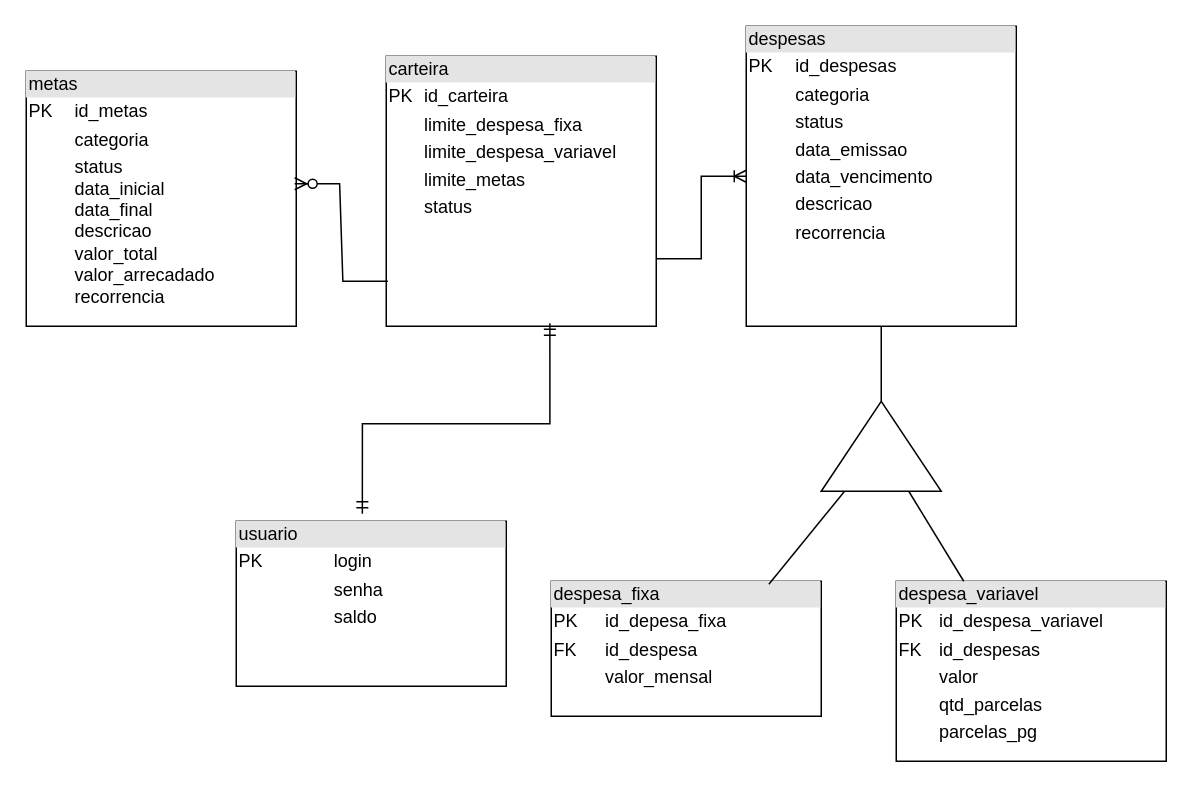
Above: Diagrama entidade e relacionamento.drawio in josevictoraraujorojas/Controle-Financeiro (draw.io), before the change. Source tidied: cells renumbered, new cells numbered last; positions are measured from the earlier drawing's top-left corner, leaving out a move shared by most shapes. Both pictures are drawn from the tidied source at 150%, with x=0, y=0 at pixel (26, 26).
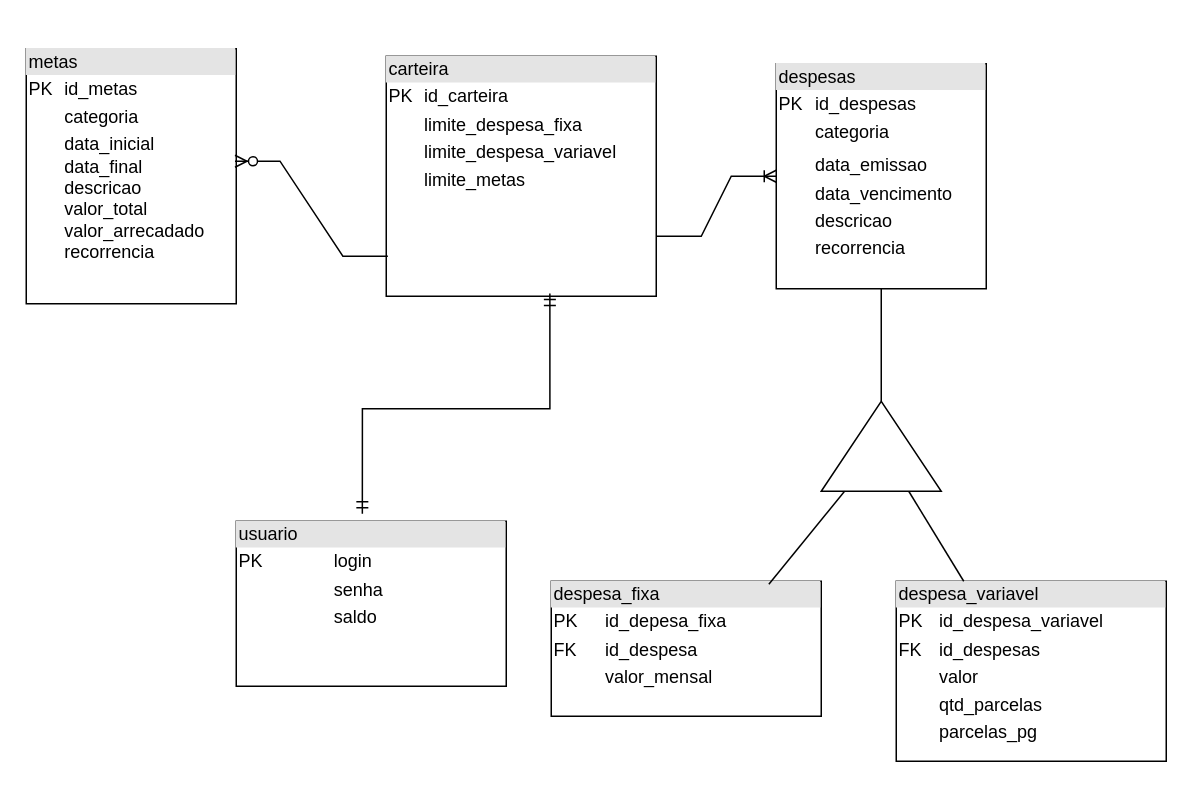
Above is the later version.

Change to the diagram source:
```diff
@@
 <mxGraphModel>
   <root>
     <mxCell id="0" />
     <mxCell id="1" parent="0" />
     <mxCell id="2" value="&lt;div style=&quot;box-sizing:border-box;width:100%;background:#e4e4e4;padding:2px;&quot;&gt;usuario&lt;/div&gt;&lt;table style=&quot;width:100%;font-size:1em;&quot; cellpadding=&quot;2&quot; cellspacing=&quot;0&quot;&gt;&lt;tbody&gt;&lt;tr&gt;&lt;td&gt;PK&lt;/td&gt;&lt;td&gt;login&lt;/td&gt;&lt;/tr&gt;&lt;tr&gt;&lt;td&gt;&lt;br&gt;&lt;/td&gt;&lt;td&gt;senha&lt;/td&gt;&lt;/tr&gt;&lt;tr&gt;&lt;td&gt;&lt;br&gt;&lt;/td&gt;&lt;td&gt;saldo&lt;/td&gt;&lt;/tr&gt;&lt;tr&gt;&lt;td&gt;&lt;br&gt;&lt;/td&gt;&lt;td&gt;&lt;br&gt;&lt;/td&gt;&lt;/tr&gt;&lt;/tbody&gt;&lt;/table&gt;" style="verticalAlign=top;align=left;overflow=fill;html=1;whiteSpace=wrap;" parent="1" vertex="1">
       <mxGeometry x="140" y="330" width="180" height="110" as="geometry" />
     </mxCell>
-    <mxCell id="3" value="&lt;div style=&quot;box-sizing:border-box;width:100%;background:#e4e4e4;padding:2px;&quot;&gt;carteira&lt;/div&gt;&lt;table style=&quot;width:100%;font-size:1em;&quot; cellpadding=&quot;2&quot; cellspacing=&quot;0&quot;&gt;&lt;tbody&gt;&lt;tr&gt;&lt;td&gt;PK&lt;/td&gt;&lt;td&gt;id_carteira&lt;/td&gt;&lt;/tr&gt;&lt;tr&gt;&lt;td&gt;&lt;br&gt;&lt;/td&gt;&lt;td&gt;limite_despesa_fixa&lt;/td&gt;&lt;/tr&gt;&lt;tr&gt;&lt;td&gt;&lt;/td&gt;&lt;td&gt;limite_despesa_variavel&lt;/td&gt;&lt;/tr&gt;&lt;tr&gt;&lt;td&gt;&lt;br&gt;&lt;/td&gt;&lt;td&gt;limite_metas&lt;/td&gt;&lt;/tr&gt;&lt;tr&gt;&lt;td&gt;&lt;br&gt;&lt;/td&gt;&lt;td&gt;status&lt;/td&gt;&lt;/tr&gt;&lt;tr&gt;&lt;td&gt;&lt;/td&gt;&lt;td&gt;&lt;br&gt;&lt;/td&gt;&lt;/tr&gt;&lt;tr&gt;&lt;td&gt;&lt;/td&gt;&lt;td&gt;&lt;br&gt;&lt;/td&gt;&lt;/tr&gt;&lt;/tbody&gt;&lt;/table&gt;" style="verticalAlign=top;align=left;overflow=fill;html=1;whiteSpace=wrap;" parent="1" vertex="1">
-      <mxGeometry x="240" y="20" width="180" height="180" as="geometry" />
+    <mxCell id="3" value="&lt;div style=&quot;box-sizing:border-box;width:100%;background:#e4e4e4;padding:2px;&quot;&gt;carteira&lt;/div&gt;&lt;table style=&quot;width:100%;font-size:1em;&quot; cellpadding=&quot;2&quot; cellspacing=&quot;0&quot;&gt;&lt;tbody&gt;&lt;tr&gt;&lt;td&gt;PK&lt;/td&gt;&lt;td&gt;id_carteira&lt;/td&gt;&lt;/tr&gt;&lt;tr&gt;&lt;td&gt;&lt;br&gt;&lt;/td&gt;&lt;td&gt;limite_despesa_fixa&lt;/td&gt;&lt;/tr&gt;&lt;tr&gt;&lt;td&gt;&lt;/td&gt;&lt;td&gt;limite_despesa_variavel&lt;/td&gt;&lt;/tr&gt;&lt;tr&gt;&lt;td&gt;&lt;br&gt;&lt;/td&gt;&lt;td&gt;limite_metas&lt;/td&gt;&lt;/tr&gt;&lt;tr&gt;&lt;td&gt;&lt;br&gt;&lt;/td&gt;&lt;td&gt;&lt;br&gt;&lt;/td&gt;&lt;/tr&gt;&lt;tr&gt;&lt;td&gt;&lt;/td&gt;&lt;td&gt;&lt;br&gt;&lt;/td&gt;&lt;/tr&gt;&lt;tr&gt;&lt;td&gt;&lt;/td&gt;&lt;td&gt;&lt;br&gt;&lt;/td&gt;&lt;/tr&gt;&lt;/tbody&gt;&lt;/table&gt;" style="verticalAlign=top;align=left;overflow=fill;html=1;whiteSpace=wrap;" parent="1" vertex="1">
+      <mxGeometry x="240" y="20" width="180" height="160" as="geometry" />
     </mxCell>
-    <mxCell id="4" value="&lt;div style=&quot;box-sizing:border-box;width:100%;background:#e4e4e4;padding:2px;&quot;&gt;despesas&lt;/div&gt;&lt;table style=&quot;width:100%;font-size:1em;&quot; cellpadding=&quot;2&quot; cellspacing=&quot;0&quot;&gt;&lt;tbody&gt;&lt;tr&gt;&lt;td&gt;PK&lt;/td&gt;&lt;td&gt;id_despesas&lt;/td&gt;&lt;/tr&gt;&lt;tr&gt;&lt;td&gt;&lt;br&gt;&lt;/td&gt;&lt;td&gt;categoria&lt;/td&gt;&lt;/tr&gt;&lt;tr&gt;&lt;td&gt;&lt;/td&gt;&lt;td&gt;status&lt;/td&gt;&lt;/tr&gt;&lt;tr&gt;&lt;td&gt;&lt;br&gt;&lt;/td&gt;&lt;td&gt;data_emissao&lt;/td&gt;&lt;/tr&gt;&lt;tr&gt;&lt;td&gt;&lt;br&gt;&lt;/td&gt;&lt;td&gt;data_vencimento&lt;/td&gt;&lt;/tr&gt;&lt;tr&gt;&lt;td&gt;&lt;br&gt;&lt;/td&gt;&lt;td&gt;descricao&lt;/td&gt;&lt;/tr&gt;&lt;tr&gt;&lt;td&gt;&lt;br&gt;&lt;/td&gt;&lt;td&gt;recorrencia&lt;/td&gt;&lt;/tr&gt;&lt;/tbody&gt;&lt;/table&gt;" style="verticalAlign=top;align=left;overflow=fill;html=1;whiteSpace=wrap;" parent="1" vertex="1">
-      <mxGeometry x="480" width="180" height="200" as="geometry" />
+    <mxCell id="4" value="&lt;div style=&quot;box-sizing:border-box;width:100%;background:#e4e4e4;padding:2px;&quot;&gt;despesas&lt;/div&gt;&lt;table style=&quot;width:100%;font-size:1em;&quot; cellpadding=&quot;2&quot; cellspacing=&quot;0&quot;&gt;&lt;tbody&gt;&lt;tr&gt;&lt;td&gt;PK&lt;/td&gt;&lt;td&gt;id_despesas&lt;/td&gt;&lt;/tr&gt;&lt;tr&gt;&lt;td&gt;&lt;br&gt;&lt;/td&gt;&lt;td&gt;categoria&lt;/td&gt;&lt;/tr&gt;&lt;tr&gt;&lt;td&gt;&lt;/td&gt;&lt;td&gt;&lt;/td&gt;&lt;/tr&gt;&lt;tr&gt;&lt;td&gt;&lt;/td&gt;&lt;td&gt;data_emissao&lt;/td&gt;&lt;/tr&gt;&lt;tr&gt;&lt;td&gt;&lt;br&gt;&lt;/td&gt;&lt;td&gt;data_vencimento&lt;/td&gt;&lt;/tr&gt;&lt;tr&gt;&lt;td&gt;&lt;br&gt;&lt;/td&gt;&lt;td&gt;descricao&lt;/td&gt;&lt;/tr&gt;&lt;tr&gt;&lt;td&gt;&lt;br&gt;&lt;/td&gt;&lt;td&gt;recorrencia&lt;/td&gt;&lt;/tr&gt;&lt;/tbody&gt;&lt;/table&gt;" style="verticalAlign=top;align=left;overflow=fill;html=1;whiteSpace=wrap;" parent="1" vertex="1">
+      <mxGeometry x="500" y="25" width="140" height="150" as="geometry" />
     </mxCell>
     <mxCell id="5" value="&lt;div style=&quot;box-sizing:border-box;width:100%;background:#e4e4e4;padding:2px;&quot;&gt;despesa_fixa&lt;/div&gt;&lt;table style=&quot;width:100%;font-size:1em;&quot; cellpadding=&quot;2&quot; cellspacing=&quot;0&quot;&gt;&lt;tbody&gt;&lt;tr&gt;&lt;td&gt;PK&lt;/td&gt;&lt;td&gt;id_depesa_fixa&lt;br&gt;&lt;/td&gt;&lt;/tr&gt;&lt;tr&gt;&lt;td&gt;FK&lt;/td&gt;&lt;td&gt;id_despesa&lt;/td&gt;&lt;/tr&gt;&lt;tr&gt;&lt;td&gt;&lt;br&gt;&lt;/td&gt;&lt;td&gt;valor_mensal&lt;/td&gt;&lt;/tr&gt;&lt;/tbody&gt;&lt;/table&gt;" style="verticalAlign=top;align=left;overflow=fill;html=1;whiteSpace=wrap;" parent="1" vertex="1">
       <mxGeometry x="350" y="370" width="180" height="90" as="geometry" />
     </mxCell>
     <mxCell id="6" value="&lt;div style=&quot;box-sizing:border-box;width:100%;background:#e4e4e4;padding:2px;&quot;&gt;despesa_variavel&lt;/div&gt;&lt;table style=&quot;width:100%;font-size:1em;&quot; cellpadding=&quot;2&quot; cellspacing=&quot;0&quot;&gt;&lt;tbody&gt;&lt;tr&gt;&lt;td&gt;PK&lt;/td&gt;&lt;td&gt;id_despesa_variavel&lt;/td&gt;&lt;/tr&gt;&lt;tr&gt;&lt;td&gt;FK&lt;/td&gt;&lt;td&gt;id_despesas&lt;/td&gt;&lt;/tr&gt;&lt;tr&gt;&lt;td&gt;&lt;br&gt;&lt;/td&gt;&lt;td&gt;valor&lt;/td&gt;&lt;/tr&gt;&lt;tr&gt;&lt;td&gt;&lt;/td&gt;&lt;td&gt;qtd_parcelas&lt;br&gt;&lt;/td&gt;&lt;/tr&gt;&lt;tr&gt;&lt;td&gt;&lt;br&gt;&lt;/td&gt;&lt;td&gt;parcelas_pg&lt;/td&gt;&lt;/tr&gt;&lt;tr&gt;&lt;td&gt;&lt;br&gt;&lt;/td&gt;&lt;td&gt;&lt;br&gt;&lt;/td&gt;&lt;/tr&gt;&lt;/tbody&gt;&lt;/table&gt;" style="verticalAlign=top;align=left;overflow=fill;html=1;whiteSpace=wrap;" parent="1" vertex="1">
       <mxGeometry x="580" y="370" width="180" height="120" as="geometry" />
     </mxCell>
-    <mxCell id="7" value="&lt;div style=&quot;box-sizing:border-box;width:100%;background:#e4e4e4;padding:2px;&quot;&gt;metas&lt;/div&gt;&lt;table style=&quot;width:100%;font-size:1em;&quot; cellpadding=&quot;2&quot; cellspacing=&quot;0&quot;&gt;&lt;tbody&gt;&lt;tr&gt;&lt;td&gt;PK&lt;/td&gt;&lt;td&gt;id_metas&lt;/td&gt;&lt;/tr&gt;&lt;tr&gt;&lt;td&gt;&lt;br&gt;&lt;/td&gt;&lt;td&gt;categoria&lt;/td&gt;&lt;/tr&gt;&lt;tr&gt;&lt;td&gt;&lt;/td&gt;&lt;td&gt;status&lt;br&gt;data_inicial&lt;br&gt;data_final&lt;br&gt;descricao&lt;br&gt;valor_total&lt;br&gt;valor_arrecadado&lt;br&gt;recorrencia&lt;/td&gt;&lt;/tr&gt;&lt;/tbody&gt;&lt;/table&gt;" style="verticalAlign=top;align=left;overflow=fill;html=1;whiteSpace=wrap;direction=east;" parent="1" vertex="1">
-      <mxGeometry y="30" width="180" height="170" as="geometry" />
+    <mxCell id="7" value="&lt;div style=&quot;box-sizing:border-box;width:100%;background:#e4e4e4;padding:2px;&quot;&gt;metas&lt;/div&gt;&lt;table style=&quot;width:100%;font-size:1em;&quot; cellpadding=&quot;2&quot; cellspacing=&quot;0&quot;&gt;&lt;tbody&gt;&lt;tr&gt;&lt;td&gt;PK&lt;/td&gt;&lt;td&gt;id_metas&lt;/td&gt;&lt;/tr&gt;&lt;tr&gt;&lt;td&gt;&lt;br&gt;&lt;/td&gt;&lt;td&gt;categoria&lt;/td&gt;&lt;/tr&gt;&lt;tr&gt;&lt;td&gt;&lt;/td&gt;&lt;td&gt;data_inicial&lt;br&gt;data_final&lt;br&gt;descricao&lt;br&gt;valor_total&lt;br&gt;valor_arrecadado&lt;br&gt;recorrencia&lt;/td&gt;&lt;/tr&gt;&lt;/tbody&gt;&lt;/table&gt;" style="verticalAlign=top;align=left;overflow=fill;html=1;whiteSpace=wrap;direction=east;" parent="1" vertex="1">
+      <mxGeometry y="15" width="140" height="170" as="geometry" />
     </mxCell>
     <mxCell id="8" style="edgeStyle=entityRelationEdgeStyle;fontSize=12;html=1;endArrow=ERzeroToMany;endFill=1;rounded=0;fontFamily=Helvetica;fontColor=default;entryX=0.994;entryY=0.441;entryDx=0;entryDy=0;entryPerimeter=0;exitX=0.006;exitY=0.833;exitDx=0;exitDy=0;exitPerimeter=0;" parent="1" edge="1" source="3" target="7">
       <mxGeometry relative="1" as="geometry" />
     </mxCell>
     <mxCell id="9" style="edgeStyle=orthogonalEdgeStyle;fontSize=12;html=1;endArrow=ERmandOne;startArrow=ERmandOne;rounded=0;fontFamily=Helvetica;fontColor=default;exitX=0.467;exitY=-0.045;exitDx=0;exitDy=0;entryX=0.606;entryY=0.989;entryDx=0;entryDy=0;entryPerimeter=0;exitPerimeter=0;" parent="1" edge="1" source="2" target="3">
       <mxGeometry relative="1" as="geometry" />
     </mxCell>
     <mxCell id="10" style="edgeStyle=entityRelationEdgeStyle;fontSize=12;html=1;endArrow=ERoneToMany;rounded=0;fontFamily=Helvetica;fontColor=default;entryX=0;entryY=0.5;entryDx=0;entryDy=0;exitX=1;exitY=0.75;exitDx=0;exitDy=0;" parent="1" edge="1" source="3" target="4">
       <mxGeometry relative="1" as="geometry" />
     </mxCell>
     <mxCell id="11" style="rounded=0;jettySize=auto;html=1;endArrow=none;endFill=0;" parent="1" edge="1" source="13" target="4">
       <mxGeometry relative="1" as="geometry" />
     </mxCell>
     <mxCell id="12" style="rounded=0;jettySize=auto;html=1;entryX=0.25;entryY=0;entryDx=0;entryDy=0;endArrow=none;endFill=0;" parent="1" edge="1" source="13" target="6">
       <mxGeometry relative="1" as="geometry" />
     </mxCell>
     <mxCell id="13" style="triangle;whiteSpace=wrap;html=1;rotation=-90;" parent="1" vertex="1">
       <mxGeometry x="540" y="240" width="60" height="80" as="geometry" />
     </mxCell>
     <mxCell id="14" style="rounded=0;jettySize=auto;html=1;entryX=0.806;entryY=0.022;entryDx=0;entryDy=0;entryPerimeter=0;endArrow=none;endFill=0;" parent="1" edge="1" source="13" target="5">
       <mxGeometry relative="1" as="geometry" />
     </mxCell>
   </root>
 </mxGraphModel>
```
